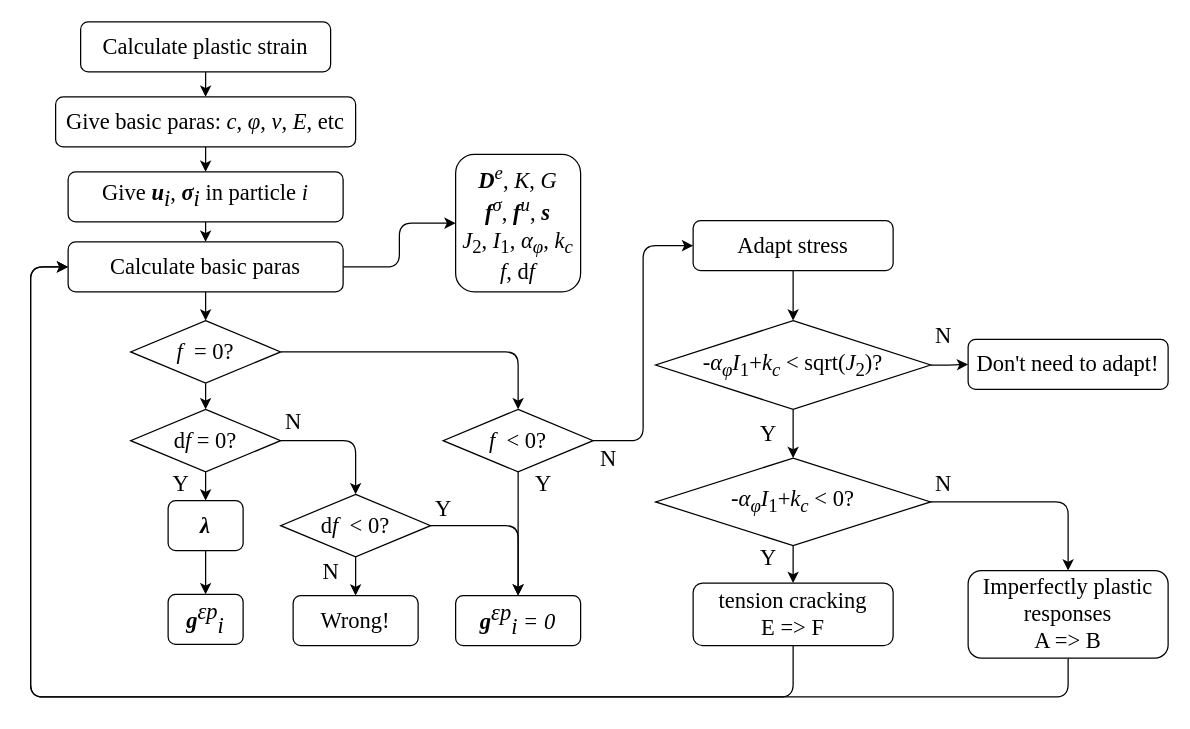
Before: page "Page-2" (2 of 2) of temp/flowchart.drawio in Rabmelon/tiSPHi, a draw.io diagram. Source tidied: cells renumbered, new cells numbered last; positions are measured from the earlier drawing's top-left corner, leaving out a move shared by most shapes. Both pictures are drawn from the tidied source at 125%, with x=0, y=0 at pixel (30, 21).
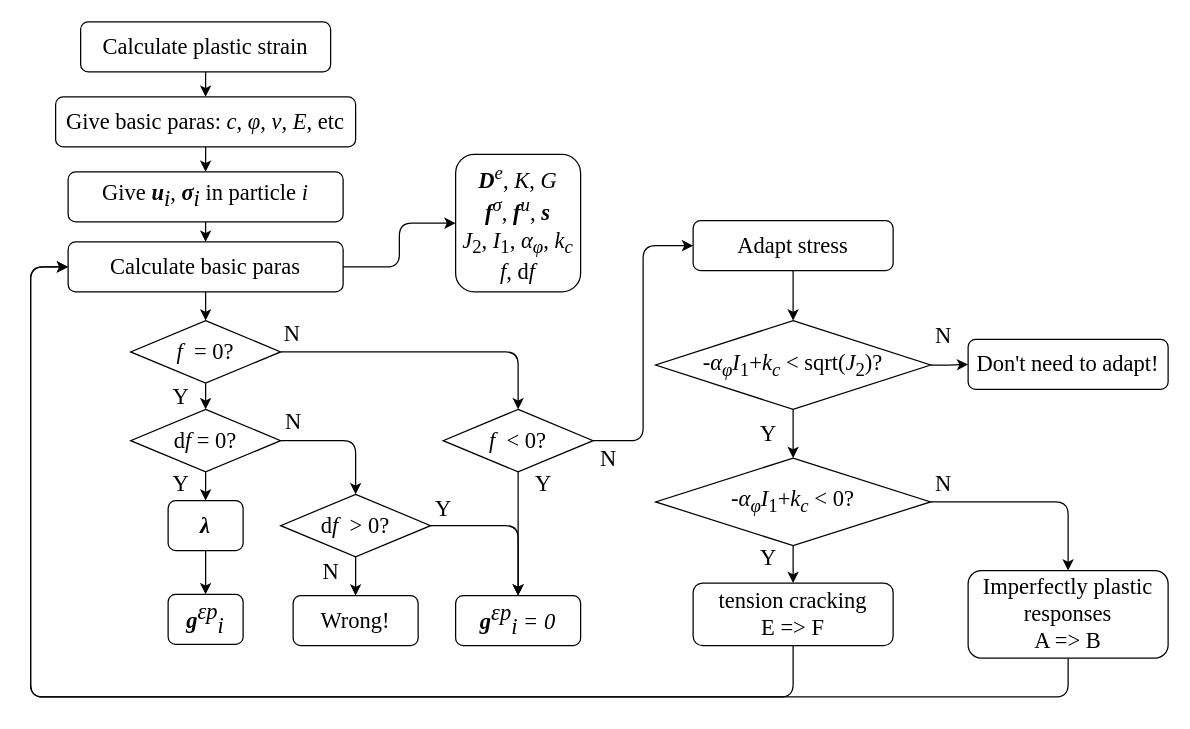
The same diagram, later.

The change refers to these unchanged cells:
```xml
<mxCell id="14" value="&lt;font face=&quot;times new roman&quot;&gt;&lt;i&gt;f&lt;/i&gt;&amp;nbsp; = 0?&lt;/font&gt;" style="rhombus;whiteSpace=wrap;html=1;fontFamily=Times New Roman;fontSize=18;" parent="1" vertex="1">
  <mxGeometry x="80" y="239" width="120" height="50" as="geometry" />
</mxCell>
<mxCell id="17" value="d&lt;i&gt;f&lt;/i&gt; = 0?" style="rhombus;whiteSpace=wrap;html=1;fontFamily=Times New Roman;fontSize=18;" parent="1" vertex="1">
  <mxGeometry x="80" y="310" width="120" height="50" as="geometry" />
</mxCell>
<mxCell id="20" value="&lt;font face=&quot;times new roman&quot;&gt;&lt;i&gt;f&lt;/i&gt;&amp;nbsp; &amp;lt; 0?&lt;/font&gt;" style="rhombus;whiteSpace=wrap;html=1;fontFamily=Times New Roman;fontSize=18;" parent="1" vertex="1">
  <mxGeometry x="330" y="310" width="120" height="50" as="geometry" />
</mxCell>
```

Change to the diagram source:
```diff
@@
-    <mxCell id="12" style="edgeStyle=orthogonalEdgeStyle;html=1;exitX=1;exitY=0.5;exitDx=0;exitDy=0;entryX=0.5;entryY=0;entryDx=0;entryDy=0;fontFamily=Times New Roman;fontSize=18;" parent="1" edge="1" source="14" target="20">
-      <mxGeometry relative="1" as="geometry" />
+    <mxCell id="12" value="N" style="edgeStyle=orthogonalEdgeStyle;html=1;exitX=1;exitY=0.5;exitDx=0;exitDy=0;entryX=0.5;entryY=0;entryDx=0;entryDy=0;fontFamily=Times New Roman;fontSize=18;" parent="1" edge="1" source="14" target="20">
+      <mxGeometry x="-0.92" y="14" relative="1" as="geometry" />
     </mxCell>
-    <mxCell id="13" style="edgeStyle=orthogonalEdgeStyle;html=1;exitX=0.5;exitY=1;exitDx=0;exitDy=0;entryX=0.5;entryY=0;entryDx=0;entryDy=0;fontFamily=Times New Roman;fontSize=18;" parent="1" edge="1" source="14" target="17">
-      <mxGeometry relative="1" as="geometry" />
+    <mxCell id="13" value="Y" style="edgeStyle=orthogonalEdgeStyle;html=1;exitX=0.5;exitY=1;exitDx=0;exitDy=0;entryX=0.5;entryY=0;entryDx=0;entryDy=0;fontFamily=Times New Roman;fontSize=18;" parent="1" edge="1" source="14" target="17">
+      <mxGeometry x="0.05" y="-20" relative="1" as="geometry" />
     </mxCell>
@@
-    <mxCell id="27" value="&lt;font face=&quot;times new roman&quot;&gt;d&lt;i&gt;f&lt;/i&gt;&amp;nbsp; &amp;lt; 0?&lt;/font&gt;" style="rhombus;whiteSpace=wrap;html=1;fontFamily=Times New Roman;fontSize=18;" parent="1" vertex="1">
+    <mxCell id="27" value="&lt;font face=&quot;times new roman&quot;&gt;d&lt;i&gt;f&lt;/i&gt;&amp;nbsp; &amp;gt; 0?&lt;/font&gt;" style="rhombus;whiteSpace=wrap;html=1;fontFamily=Times New Roman;fontSize=18;" parent="1" vertex="1">
       <mxGeometry x="200" y="378" width="120" height="50" as="geometry" />
     </mxCell>
```
